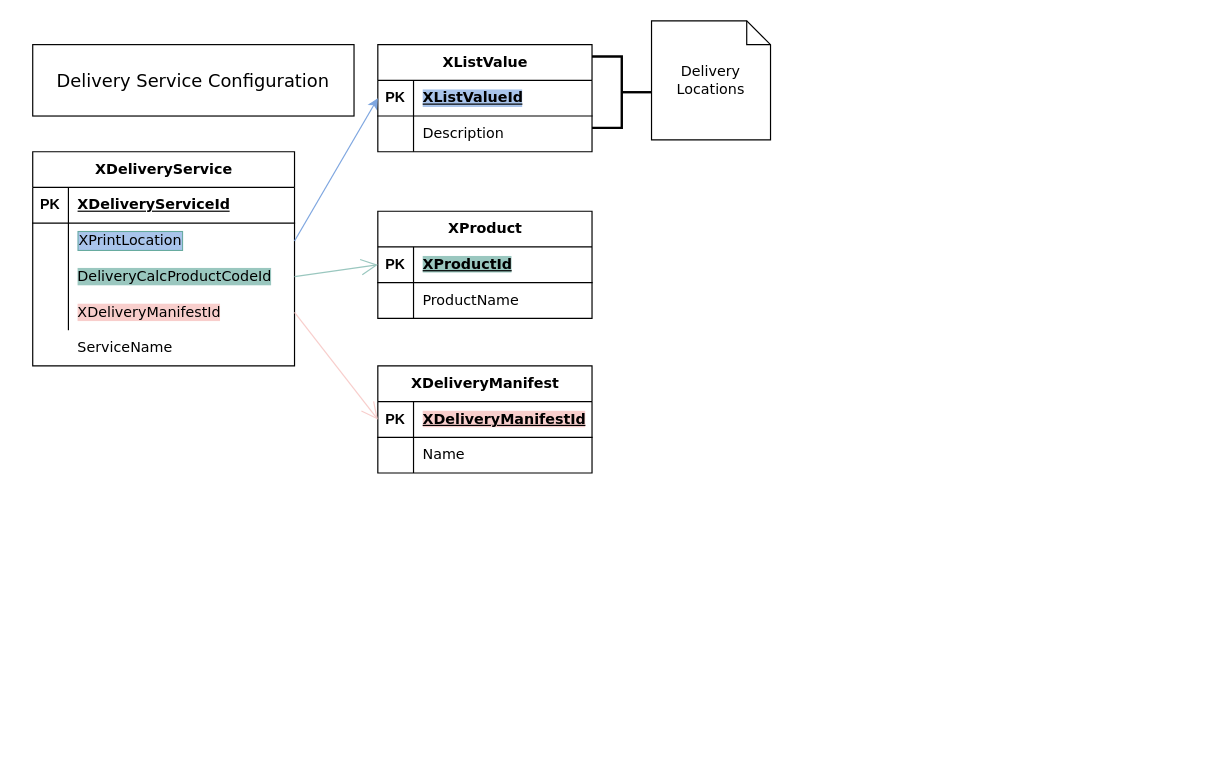
Before: printing_distribution.drawio in iaxenite/diagrams, a draw.io diagram. Source tidied: cells renumbered, new cells numbered last; positions are measured from the earlier drawing's top-left corner, leaving out a move shared by most shapes. Both pictures are drawn from the tidied source at 119%, with x=0, y=0 at pixel (32, 20).
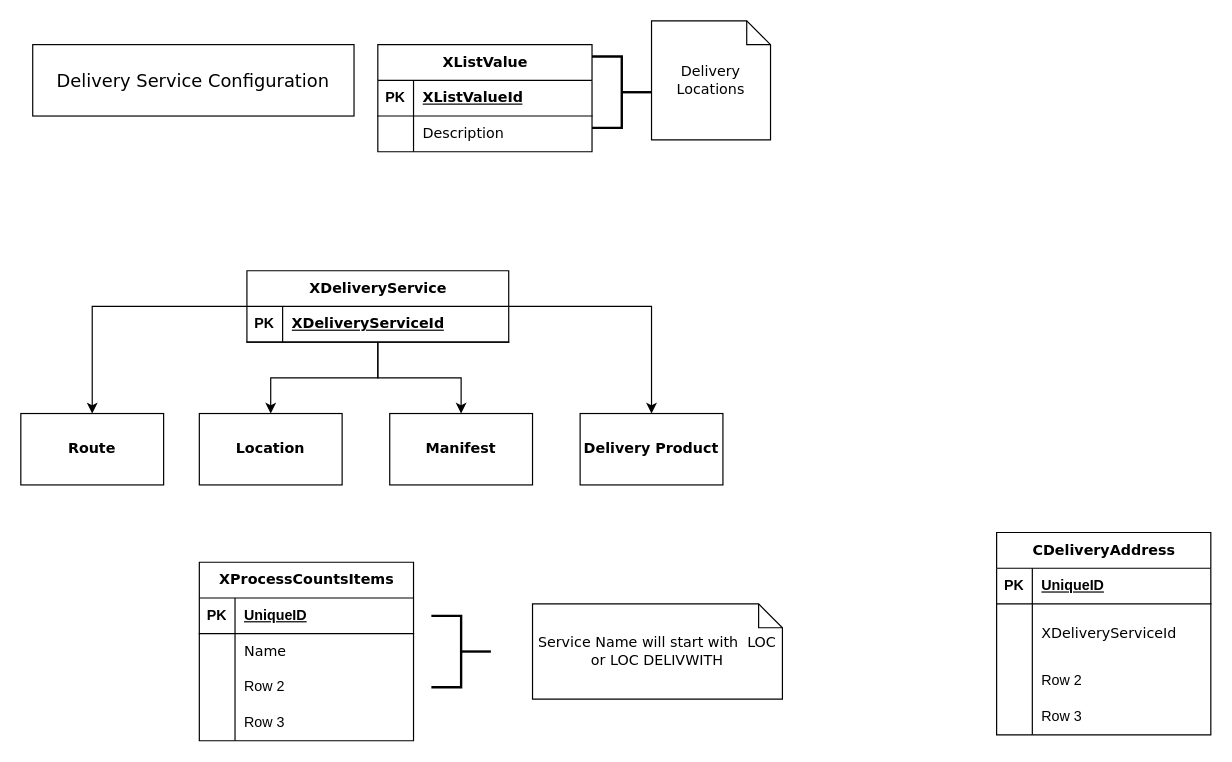
Above is the later version.

The change refers to these unchanged cells:
```xml
<mxCell id="16" style="shape=tableRow;horizontal=0;startSize=0;swimlaneHead=0;swimlaneBody=0;fillColor=none;points=[[0,0.5],[1,0.5]];portConstraint=eastwest;top=0;left=0;right=0;bottom=1;" parent="15" vertex="1">
  <mxGeometry y="30" width="180" height="30" as="geometry" />
</mxCell>
```

The edit, as a diff of the source:
```diff
@@
+    <mxCell id="43" style="edgeStyle=orthogonalEdgeStyle;rounded=0;jettySize=auto;html=1;" parent="1" edge="1" source="2" target="73">
+      <mxGeometry relative="1" as="geometry" />
+    </mxCell>
+    <mxCell id="44" style="edgeStyle=orthogonalEdgeStyle;rounded=0;jettySize=auto;html=1;" parent="1" edge="1" source="2" target="74">
+      <mxGeometry relative="1" as="geometry" />
+    </mxCell>
+    <mxCell id="45" style="edgeStyle=orthogonalEdgeStyle;rounded=0;jettySize=auto;html=1;" parent="1" edge="1" source="2" target="75">
+      <mxGeometry relative="1" as="geometry" />
+    </mxCell>
+    <mxCell id="46" style="edgeStyle=orthogonalEdgeStyle;rounded=0;jettySize=auto;html=1;" parent="1" edge="1" source="2" target="76">
+      <mxGeometry relative="1" as="geometry" />
+    </mxCell>
     <mxCell id="2" value="XDeliveryService" style="shape=table;startSize=30;childLayout=tableLayout;rowLines=0;fontStyle=1;align=center;html=1;fontFamily=Verdana;" parent="1" vertex="1">
-      <mxGeometry y="110" width="220" height="180" as="geometry" />
+      <mxGeometry x="180" y="210" width="220" height="60" as="geometry" />
     </mxCell>
@@
-    <mxCell id="6" style="shape=tableRow;horizontal=0;startSize=0;swimlaneHead=0;swimlaneBody=0;fillColor=none;points=[[0,0.5],[1,0.5]];portConstraint=eastwest;top=0;left=0;right=0;bottom=0;" parent="2" vertex="1">
-      <mxGeometry y="60" width="220" height="30" as="geometry" />
-    </mxCell>
-    <mxCell id="7" style="shape=partialRectangle;fillColor=none;top=0;left=0;bottom=0;right=0;overflow=hidden;whiteSpace=wrap;html=1;" parent="6" vertex="1">
-      <mxGeometry width="30" height="30" as="geometry" />
-    </mxCell>
-    <mxCell id="8" value="XPrintLocation" style="shape=partialRectangle;fillColor=none;top=0;left=0;bottom=0;right=0;align=left;spacingLeft=6;overflow=hidden;whiteSpace=wrap;html=1;labelBackgroundColor=#A9C4EB;labelBorderColor=#67AB9F;fontFamily=Verdana;" parent="6" vertex="1">
-      <mxGeometry x="30" width="190" height="30" as="geometry" />
-    </mxCell>
-    <mxCell id="9" style="shape=tableRow;horizontal=0;startSize=0;swimlaneHead=0;swimlaneBody=0;fillColor=none;points=[[0,0.5],[1,0.5]];portConstraint=eastwest;top=0;left=0;right=0;bottom=0;" parent="2" vertex="1">
-      <mxGeometry y="90" width="220" height="30" as="geometry" />
-    </mxCell>
-    <mxCell id="10" style="shape=partialRectangle;fillColor=none;top=0;left=0;bottom=0;right=0;overflow=hidden;whiteSpace=wrap;html=1;" parent="9" vertex="1">
-      <mxGeometry width="30" height="30" as="geometry" />
-    </mxCell>
-    <mxCell id="11" value="DeliveryCalcProductCodeId" style="shape=partialRectangle;fillColor=none;top=0;left=0;bottom=0;right=0;align=left;spacingLeft=6;overflow=hidden;whiteSpace=wrap;html=1;fontFamily=Verdana;labelBackgroundColor=#9AC7BF;" parent="9" vertex="1">
-      <mxGeometry x="30" width="190" height="30" as="geometry" />
-    </mxCell>
-    <mxCell id="12" style="shape=tableRow;horizontal=0;startSize=0;swimlaneHead=0;swimlaneBody=0;fillColor=none;points=[[0,0.5],[1,0.5]];portConstraint=eastwest;top=0;left=0;right=0;bottom=0;" parent="2" vertex="1">
-      <mxGeometry y="120" width="220" height="30" as="geometry" />
-    </mxCell>
-    <mxCell id="13" style="shape=partialRectangle;fillColor=none;top=0;left=0;bottom=0;right=0;overflow=hidden;whiteSpace=wrap;html=1;" parent="12" vertex="1">
-      <mxGeometry width="30" height="30" as="geometry" />
-    </mxCell>
-    <mxCell id="14" value="XDeliveryManifestId" style="shape=partialRectangle;fillColor=none;top=0;left=0;bottom=0;right=0;align=left;spacingLeft=6;overflow=hidden;whiteSpace=wrap;html=1;fontFamily=Verdana;labelBackgroundColor=#F8CECC;" parent="12" vertex="1">
-      <mxGeometry x="30" width="190" height="30" as="geometry" />
-    </mxCell>
@@
-    <mxCell id="18" value="&lt;font face=&quot;Verdana&quot;&gt;XListValueId&lt;/font&gt;" style="shape=partialRectangle;fillColor=none;top=0;left=0;bottom=0;right=0;align=left;spacingLeft=6;fontStyle=5;overflow=hidden;whiteSpace=wrap;html=1;labelBackgroundColor=#A9C4EB;" parent="16" vertex="1">
+    <mxCell id="18" value="&lt;font face=&quot;Verdana&quot;&gt;XListValueId&lt;/font&gt;" style="shape=partialRectangle;fillColor=none;top=0;left=0;bottom=0;right=0;align=left;spacingLeft=6;fontStyle=5;overflow=hidden;whiteSpace=wrap;html=1;labelBackgroundColor=none;" parent="16" vertex="1">
       <mxGeometry x="30" width="150" height="30" as="geometry" />
     </mxCell>
@@
-    <mxCell id="23" style="endArrow=classic;html=1;rounded=0;exitX=1;exitY=0.5;exitDx=0;exitDy=0;entryX=0;entryY=0.5;entryDx=0;entryDy=0;strokeColor=#7EA6E0;" parent="1" edge="1" source="6" target="16">
-      <mxGeometry relative="1" as="geometry" />
-    </mxCell>
-    <mxCell id="24" value="&lt;font face=&quot;Verdana&quot;&gt;XProduct&lt;/font&gt;" style="shape=table;startSize=30;childLayout=tableLayout;rowLines=0;fontStyle=1;align=center;html=1;" parent="1" vertex="1">
-      <mxGeometry x="290" y="160" width="180" height="90" as="geometry" />
-    </mxCell>
-    <mxCell id="25" style="shape=tableRow;horizontal=0;startSize=0;swimlaneHead=0;swimlaneBody=0;fillColor=none;points=[[0,0.5],[1,0.5]];portConstraint=eastwest;top=0;left=0;right=0;bottom=1;" parent="24" vertex="1">
-      <mxGeometry y="30" width="180" height="30" as="geometry" />
-    </mxCell>
-    <mxCell id="26" value="PK" style="shape=partialRectangle;fillColor=none;top=0;left=0;bottom=0;right=0;fontStyle=1;overflow=hidden;whiteSpace=wrap;html=1;" parent="25" vertex="1">
-      <mxGeometry width="30" height="30" as="geometry" />
-    </mxCell>
-    <mxCell id="27" value="&lt;span style=&quot;background-color: rgb(154, 199, 191);&quot;&gt;XProductId&lt;/span&gt;" style="shape=partialRectangle;fillColor=none;top=0;left=0;bottom=0;right=0;align=left;spacingLeft=6;fontStyle=5;overflow=hidden;whiteSpace=wrap;html=1;fontFamily=Verdana;" parent="25" vertex="1">
-      <mxGeometry x="30" width="150" height="30" as="geometry" />
-    </mxCell>
-    <mxCell id="28" style="shape=tableRow;horizontal=0;startSize=0;swimlaneHead=0;swimlaneBody=0;fillColor=none;top=0;left=0;right=0;bottom=0;" parent="24" vertex="1">
-      <mxGeometry y="60" width="180" height="30" as="geometry" />
-    </mxCell>
-    <mxCell id="29" style="shape=partialRectangle;fillColor=none;top=0;left=0;bottom=0;right=0;overflow=hidden;whiteSpace=wrap;html=1;" parent="28" vertex="1">
-      <mxGeometry width="30" height="30" as="geometry" />
-    </mxCell>
-    <mxCell id="30" value="ProductName" style="shape=partialRectangle;fillColor=none;top=0;left=0;bottom=0;right=0;align=left;spacingLeft=6;overflow=hidden;whiteSpace=wrap;html=1;fontFamily=Verdana;" parent="28" vertex="1">
-      <mxGeometry x="30" width="150" height="30" as="geometry" />
-    </mxCell>
-    <mxCell id="31" style="endArrow=open;endFill=1;endSize=12;html=1;rounded=0;exitX=1;exitY=0.5;exitDx=0;exitDy=0;entryX=0;entryY=0.5;entryDx=0;entryDy=0;strokeColor=#9AC7BF;" parent="1" edge="1" source="9" target="25">
-      <mxGeometry relative="1" as="geometry" />
-    </mxCell>
-    <mxCell id="32" value="&lt;font face=&quot;Verdana&quot;&gt;XDeliveryManifest&lt;/font&gt;" style="shape=table;startSize=30;childLayout=tableLayout;rowLines=0;fontStyle=1;align=center;html=1;" parent="1" vertex="1">
-      <mxGeometry x="290" y="290" width="180" height="90" as="geometry" />
-    </mxCell>
-    <mxCell id="33" style="shape=tableRow;horizontal=0;startSize=0;swimlaneHead=0;swimlaneBody=0;fillColor=none;points=[[0,0.5],[1,0.5]];portConstraint=eastwest;top=0;left=0;right=0;bottom=1;" parent="32" vertex="1">
-      <mxGeometry y="30" width="180" height="30" as="geometry" />
-    </mxCell>
-    <mxCell id="34" value="PK" style="shape=partialRectangle;fillColor=none;top=0;left=0;bottom=0;right=0;fontStyle=1;overflow=hidden;whiteSpace=wrap;html=1;" parent="33" vertex="1">
-      <mxGeometry width="30" height="30" as="geometry" />
-    </mxCell>
-    <mxCell id="35" value="&lt;span style=&quot;background-color: rgb(248, 206, 204);&quot;&gt;XDeliveryManifestId&lt;/span&gt;" style="shape=partialRectangle;fillColor=none;top=0;left=0;bottom=0;right=0;align=left;spacingLeft=6;fontStyle=5;overflow=hidden;whiteSpace=wrap;html=1;fontFamily=Verdana;" parent="33" vertex="1">
-      <mxGeometry x="30" width="150" height="30" as="geometry" />
-    </mxCell>
-    <mxCell id="36" style="shape=tableRow;horizontal=0;startSize=0;swimlaneHead=0;swimlaneBody=0;fillColor=none;top=0;left=0;right=0;bottom=0;fontFamily=Verdana;" parent="32" vertex="1">
-      <mxGeometry y="60" width="180" height="30" as="geometry" />
-    </mxCell>
-    <mxCell id="37" style="shape=partialRectangle;fillColor=none;top=0;left=0;bottom=0;right=0;overflow=hidden;whiteSpace=wrap;html=1;" parent="36" vertex="1">
-      <mxGeometry width="30" height="30" as="geometry" />
-    </mxCell>
-    <mxCell id="38" value="&lt;font face=&quot;Verdana&quot;&gt;Name&lt;/font&gt;" style="shape=partialRectangle;fillColor=none;top=0;left=0;bottom=0;right=0;align=left;spacingLeft=6;overflow=hidden;whiteSpace=wrap;html=1;" parent="36" vertex="1">
-      <mxGeometry x="30" width="150" height="30" as="geometry" />
-    </mxCell>
-    <mxCell id="39" style="endArrow=open;endFill=1;endSize=12;html=1;rounded=0;exitX=1;exitY=0.5;exitDx=0;exitDy=0;entryX=0;entryY=0.5;entryDx=0;entryDy=0;strokeColor=#F8CECC;" parent="1" edge="1" source="12" target="33">
-      <mxGeometry relative="1" as="geometry" />
-    </mxCell>
@@
-    <mxCell id="42" value="ServiceName" style="shape=partialRectangle;fillColor=none;top=0;left=0;bottom=0;right=0;align=left;spacingLeft=6;overflow=hidden;whiteSpace=wrap;html=1;fontFamily=Verdana;labelBackgroundColor=#FFFFFF;" parent="1" vertex="1">
-      <mxGeometry x="30" y="260" width="190" height="30" as="geometry" />
-    </mxCell>
+    <mxCell id="47" value="&lt;font face=&quot;Verdana&quot;&gt;CDeliveryAddress&lt;/font&gt;" style="shape=table;startSize=30;childLayout=tableLayout;rowLines=0;fontStyle=1;align=center;html=1;" parent="1" vertex="1">
+      <mxGeometry x="810" y="430" width="180" height="170" as="geometry" />
+    </mxCell>
+    <mxCell id="48" style="shape=tableRow;horizontal=0;startSize=0;swimlaneHead=0;swimlaneBody=0;fillColor=none;top=0;left=0;right=0;bottom=1;" parent="47" vertex="1">
+      <mxGeometry y="30" width="180" height="30" as="geometry" />
+    </mxCell>
+    <mxCell id="49" value="PK" style="shape=partialRectangle;fillColor=none;top=0;left=0;bottom=0;right=0;fontStyle=1;overflow=hidden;whiteSpace=wrap;html=1;" parent="48" vertex="1">
+      <mxGeometry width="30" height="30" as="geometry" />
+    </mxCell>
+    <mxCell id="50" value="UniqueID" style="shape=partialRectangle;fillColor=none;top=0;left=0;bottom=0;right=0;align=left;spacingLeft=6;fontStyle=5;overflow=hidden;whiteSpace=wrap;html=1;" parent="48" vertex="1">
+      <mxGeometry x="30" width="150" height="30" as="geometry" />
+    </mxCell>
+    <mxCell id="51" style="shape=tableRow;horizontal=0;startSize=0;swimlaneHead=0;swimlaneBody=0;fillColor=none;top=0;left=0;right=0;bottom=0;" parent="47" vertex="1">
+      <mxGeometry y="60" width="180" height="50" as="geometry" />
+    </mxCell>
+    <mxCell id="52" style="shape=partialRectangle;fillColor=none;top=0;left=0;bottom=0;right=0;overflow=hidden;whiteSpace=wrap;html=1;" parent="51" vertex="1">
+      <mxGeometry width="30" height="50" as="geometry" />
+    </mxCell>
+    <mxCell id="53" value="&lt;font face=&quot;Verdana&quot;&gt;XDeliveryServiceId&lt;/font&gt;" style="shape=partialRectangle;fillColor=none;top=0;left=0;bottom=0;right=0;align=left;spacingLeft=6;overflow=hidden;whiteSpace=wrap;html=1;" parent="51" vertex="1">
+      <mxGeometry x="30" width="150" height="50" as="geometry" />
+    </mxCell>
+    <mxCell id="54" style="shape=tableRow;horizontal=0;startSize=0;swimlaneHead=0;swimlaneBody=0;fillColor=none;top=0;left=0;right=0;bottom=0;" parent="47" vertex="1">
+      <mxGeometry y="110" width="180" height="30" as="geometry" />
+    </mxCell>
+    <mxCell id="55" style="shape=partialRectangle;fillColor=none;top=0;left=0;bottom=0;right=0;overflow=hidden;whiteSpace=wrap;html=1;" parent="54" vertex="1">
+      <mxGeometry width="30" height="30" as="geometry" />
+    </mxCell>
+    <mxCell id="56" value="Row 2" style="shape=partialRectangle;fillColor=none;top=0;left=0;bottom=0;right=0;align=left;spacingLeft=6;overflow=hidden;whiteSpace=wrap;html=1;" parent="54" vertex="1">
+      <mxGeometry x="30" width="150" height="30" as="geometry" />
+    </mxCell>
+    <mxCell id="57" style="shape=tableRow;horizontal=0;startSize=0;swimlaneHead=0;swimlaneBody=0;fillColor=none;top=0;left=0;right=0;bottom=0;" parent="47" vertex="1">
+      <mxGeometry y="140" width="180" height="30" as="geometry" />
+    </mxCell>
+    <mxCell id="58" style="shape=partialRectangle;fillColor=none;top=0;left=0;bottom=0;right=0;overflow=hidden;whiteSpace=wrap;html=1;" parent="57" vertex="1">
+      <mxGeometry width="30" height="30" as="geometry" />
+    </mxCell>
+    <mxCell id="59" value="Row 3" style="shape=partialRectangle;fillColor=none;top=0;left=0;bottom=0;right=0;align=left;spacingLeft=6;overflow=hidden;whiteSpace=wrap;html=1;" parent="57" vertex="1">
+      <mxGeometry x="30" width="150" height="30" as="geometry" />
+    </mxCell>
+    <mxCell id="60" value="&lt;font face=&quot;Verdana&quot;&gt;XProcessCountsItems&lt;/font&gt;" style="shape=table;startSize=30;childLayout=tableLayout;rowLines=0;fontStyle=1;align=center;html=1;" parent="1" vertex="1">
+      <mxGeometry x="140" y="455" width="180" height="150" as="geometry" />
+    </mxCell>
+    <mxCell id="61" style="shape=tableRow;horizontal=0;startSize=0;swimlaneHead=0;swimlaneBody=0;fillColor=none;top=0;left=0;right=0;bottom=1;" parent="60" vertex="1">
+      <mxGeometry y="30" width="180" height="30" as="geometry" />
+    </mxCell>
+    <mxCell id="62" value="PK" style="shape=partialRectangle;fillColor=none;top=0;left=0;bottom=0;right=0;fontStyle=1;overflow=hidden;whiteSpace=wrap;html=1;" parent="61" vertex="1">
+      <mxGeometry width="30" height="30" as="geometry" />
+    </mxCell>
+    <mxCell id="63" value="UniqueID" style="shape=partialRectangle;fillColor=none;top=0;left=0;bottom=0;right=0;align=left;spacingLeft=6;fontStyle=5;overflow=hidden;whiteSpace=wrap;html=1;" parent="61" vertex="1">
+      <mxGeometry x="30" width="150" height="30" as="geometry" />
+    </mxCell>
+    <mxCell id="28" style="shape=tableRow;horizontal=0;startSize=0;swimlaneHead=0;swimlaneBody=0;fillColor=none;top=0;left=0;right=0;bottom=0;" parent="60" vertex="1">
+      <mxGeometry y="60" width="180" height="30" as="geometry" />
+    </mxCell>
+    <mxCell id="64" style="shape=partialRectangle;fillColor=none;top=0;left=0;bottom=0;right=0;overflow=hidden;whiteSpace=wrap;html=1;" parent="28" vertex="1">
+      <mxGeometry width="30" height="30" as="geometry" />
+    </mxCell>
+    <mxCell id="38" value="&lt;font face=&quot;Verdana&quot;&gt;Name&lt;/font&gt;" style="shape=partialRectangle;fillColor=none;top=0;left=0;bottom=0;right=0;align=left;spacingLeft=6;overflow=hidden;whiteSpace=wrap;html=1;" parent="28" vertex="1">
+      <mxGeometry x="30" width="150" height="30" as="geometry" />
+    </mxCell>
+    <mxCell id="65" style="shape=tableRow;horizontal=0;startSize=0;swimlaneHead=0;swimlaneBody=0;fillColor=none;top=0;left=0;right=0;bottom=0;" parent="60" vertex="1">
+      <mxGeometry y="90" width="180" height="30" as="geometry" />
+    </mxCell>
+    <mxCell id="66" style="shape=partialRectangle;fillColor=none;top=0;left=0;bottom=0;right=0;overflow=hidden;whiteSpace=wrap;html=1;" parent="65" vertex="1">
+      <mxGeometry width="30" height="30" as="geometry" />
+    </mxCell>
+    <mxCell id="67" value="Row 2" style="shape=partialRectangle;fillColor=none;top=0;left=0;bottom=0;right=0;align=left;spacingLeft=6;overflow=hidden;whiteSpace=wrap;html=1;" parent="65" vertex="1">
+      <mxGeometry x="30" width="150" height="30" as="geometry" />
+    </mxCell>
+    <mxCell id="68" style="shape=tableRow;horizontal=0;startSize=0;swimlaneHead=0;swimlaneBody=0;fillColor=none;top=0;left=0;right=0;bottom=0;" parent="60" vertex="1">
+      <mxGeometry y="120" width="180" height="30" as="geometry" />
+    </mxCell>
+    <mxCell id="69" style="shape=partialRectangle;fillColor=none;top=0;left=0;bottom=0;right=0;overflow=hidden;whiteSpace=wrap;html=1;" parent="68" vertex="1">
+      <mxGeometry width="30" height="30" as="geometry" />
+    </mxCell>
+    <mxCell id="70" value="Row 3" style="shape=partialRectangle;fillColor=none;top=0;left=0;bottom=0;right=0;align=left;spacingLeft=6;overflow=hidden;whiteSpace=wrap;html=1;" parent="68" vertex="1">
+      <mxGeometry x="30" width="150" height="30" as="geometry" />
+    </mxCell>
+    <mxCell id="71" style="strokeWidth=2;html=1;shape=mxgraph.flowchart.annotation_2;align=left;labelPosition=right;direction=west;" parent="1" vertex="1">
+      <mxGeometry x="335" y="500" width="50" height="60" as="geometry" />
+    </mxCell>
+    <mxCell id="72" value="Service Name will start with&amp;nbsp; LOC or LOC DELIVWITH" style="shape=note;size=20;whiteSpace=wrap;html=1;fontFamily=Verdana;" parent="1" vertex="1">
+      <mxGeometry x="420" y="490" width="210" height="80" as="geometry" />
+    </mxCell>
+    <mxCell id="73" value="Route" style="whiteSpace=wrap;html=1;fontFamily=Verdana;startSize=30;fontStyle=1;" parent="1" vertex="1">
+      <mxGeometry x="-10" y="330" width="120" height="60" as="geometry" />
+    </mxCell>
+    <mxCell id="74" value="Location" style="whiteSpace=wrap;html=1;fontFamily=Verdana;startSize=30;fontStyle=1;" parent="1" vertex="1">
+      <mxGeometry x="140" y="330" width="120" height="60" as="geometry" />
+    </mxCell>
+    <mxCell id="75" value="Manifest" style="whiteSpace=wrap;html=1;fontFamily=Verdana;startSize=30;fontStyle=1;" parent="1" vertex="1">
+      <mxGeometry x="300" y="330" width="120" height="60" as="geometry" />
+    </mxCell>
+    <mxCell id="76" value="Delivery Product" style="whiteSpace=wrap;html=1;fontFamily=Verdana;startSize=30;fontStyle=1;" parent="1" vertex="1">
+      <mxGeometry x="460" y="330" width="120" height="60" as="geometry" />
+    </mxCell>
```
